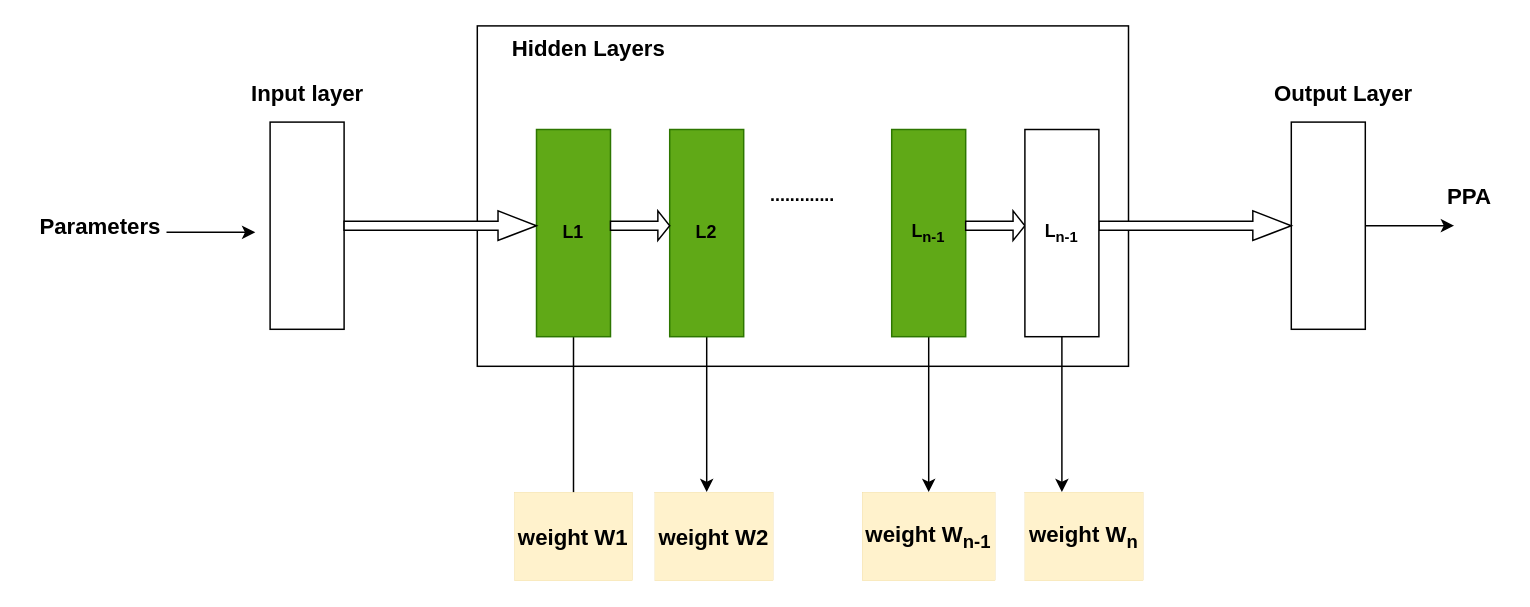
This is diag1.drawio from AbhishekSengupta7/EDA-Seminar-TU-Munich, a draw.io file, before an edit. Source tidied: cells renumbered, new cells numbered last; positions are measured from the earlier drawing's top-left corner, leaving out a move shared by most shapes. Both pictures are drawn from the tidied source at 148%, with x=0, y=0 at pixel (25, 25).
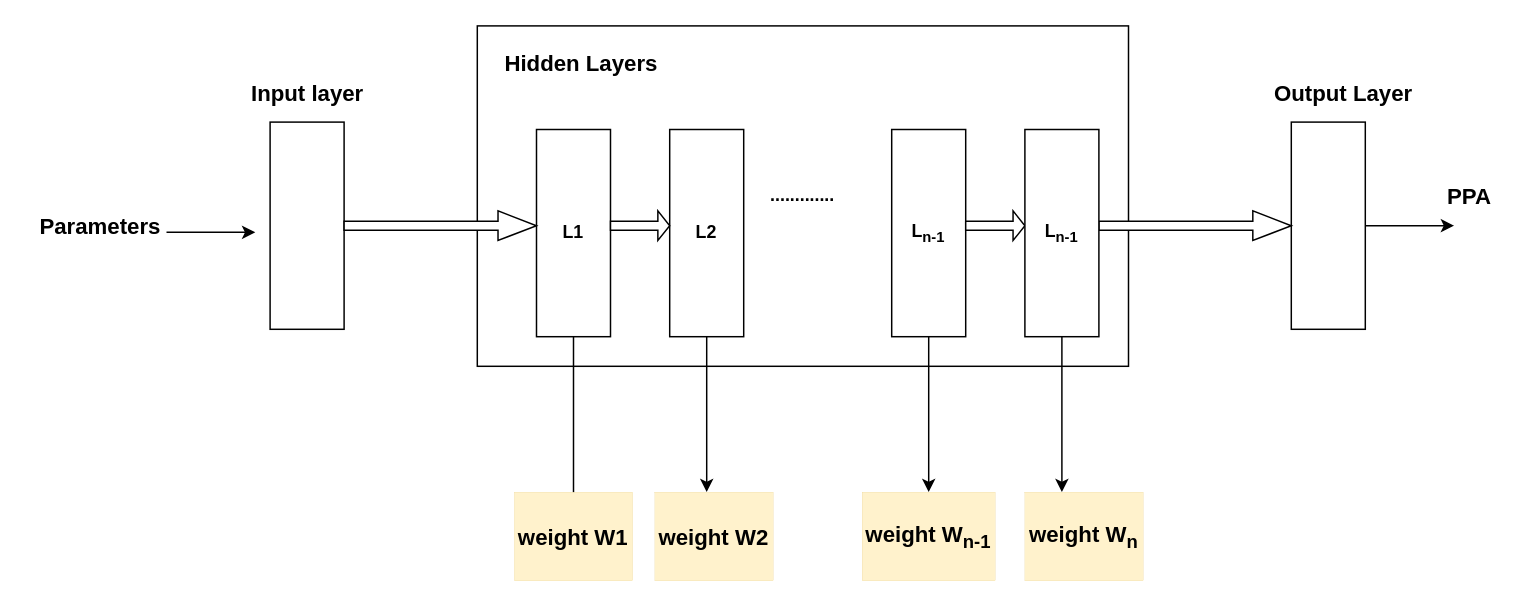
After the change.

Change to the diagram source:
```diff
@@
-    <mxCell id="4" value="L1" style="rounded=0;whiteSpace=wrap;html=1;fillColor=#60a917;strokeColor=#2D7600;fontStyle=1;fontColor=#000000;" parent="1" vertex="1">
+    <mxCell id="4" value="L1" style="rounded=0;whiteSpace=wrap;html=1;fontStyle=1;" parent="1" vertex="1">
       <mxGeometry x="345" y="70" width="50" height="140" as="geometry" />
     </mxCell>
@@
-    <mxCell id="6" value="L2" style="rounded=0;whiteSpace=wrap;html=1;fillColor=#60a917;strokeColor=#2D7600;fontStyle=1;fontColor=#000000;" parent="1" vertex="1">
+    <mxCell id="6" value="L2" style="rounded=0;whiteSpace=wrap;html=1;fontStyle=1;" parent="1" vertex="1">
       <mxGeometry x="435" y="70" width="50" height="140" as="geometry" />
     </mxCell>
@@
-    <mxCell id="8" value="L&lt;sub&gt;n-1&lt;/sub&gt;" style="rounded=0;whiteSpace=wrap;html=1;fillColor=#60a917;strokeColor=#2D7600;fontStyle=1;fontColor=#000000;" parent="1" vertex="1">
+    <mxCell id="8" value="L&lt;sub&gt;n-1&lt;/sub&gt;" style="rounded=0;whiteSpace=wrap;html=1;fontStyle=1;" parent="1" vertex="1">
       <mxGeometry x="585" y="70" width="50" height="140" as="geometry" />
     </mxCell>
@@
     <mxCell id="23" value="Hidden Layers" style="text;html=1;align=center;verticalAlign=middle;strokeColor=none;fillColor=none;fontSize=15;fontStyle=1;" parent="1" vertex="1">
-      <mxGeometry x="320" y="5" width="120" height="20" as="geometry" />
+      <mxGeometry x="315" y="15" width="120" height="20" as="geometry" />
     </mxCell>
@@
     <mxCell id="26" value="PPA" style="text;html=1;align=center;verticalAlign=middle;strokeColor=none;fillColor=none;fontSize=15;fontStyle=1;" parent="1" vertex="1">
-      <mxGeometry x="950" y="105" width="50" height="20" as="geometry" />
+      <mxGeometry x="955" y="105" width="40" height="20" as="geometry" />
     </mxCell>
```
